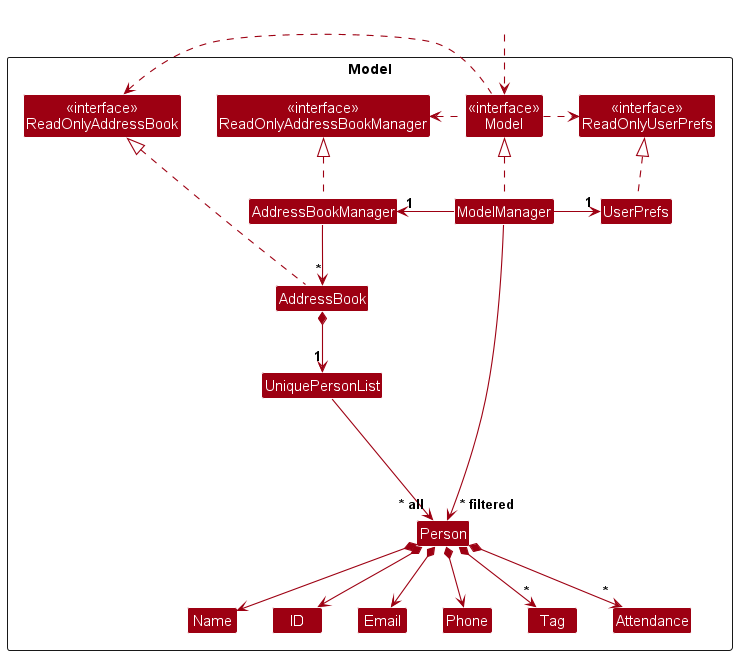
Earlier version of the PlantUML export docs/images/ModelClassDiagram.png (nus-cs2103-AY2324S1/tp).
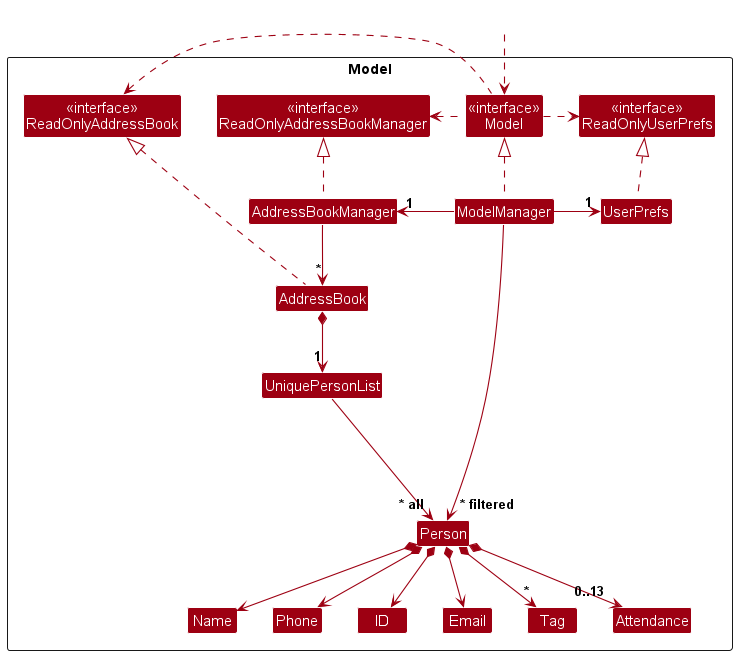
Above is the later version.

Change to the diagram source:
```diff
@@ -47,12 +47,13 @@
 Person *--> Phone
 Person *--> Email
 Person *--> ID
-Person *--> "*" Attendance
+Person *--> "0..13" Attendance
 Person *--> "*" Tag
 
 Person -[hidden]up--> I
 UniquePersonList -[hidden]right-> I
 
+Name -[hidden]right-> Phone
 Name -[hidden]right-> ID
 
 ModelManager --> "~* filtered" Person
```
